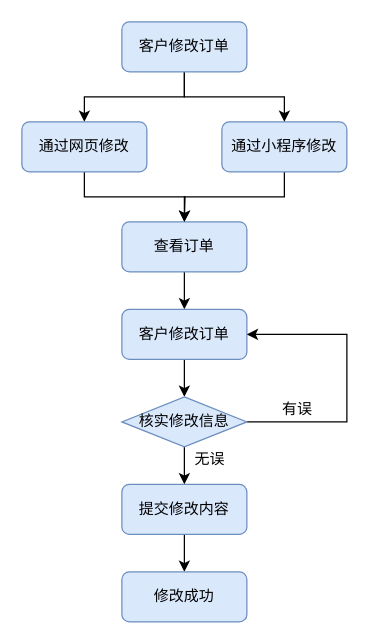
AndSonder/smart-hotel-database keeps this draw.io diagram as docs/src/客户修改订单.drawio. Above is the earlier version. Source tidied: cells renumbered, new cells numbered last; positions are measured from the earlier drawing's top-left corner, leaving out a move shared by most shapes. Both pictures are drawn from the tidied source at 125%, with x=0, y=0 at pixel (21, 21).
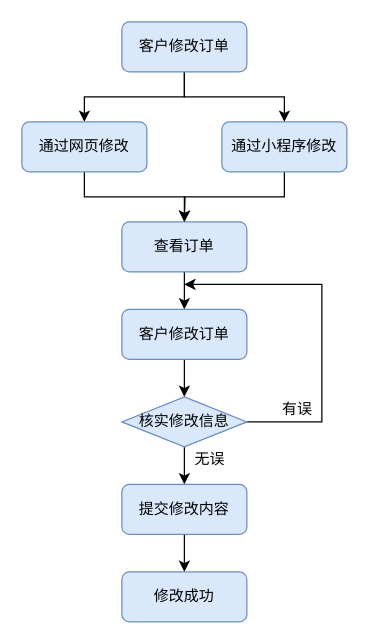
Above is the later version.

The change refers to these unchanged cells:
```xml
<mxCell id="7" value="客户修改订单" style="rounded=1;whiteSpace=wrap;html=1;fontSize=12;glass=0;strokeWidth=1;shadow=0;fillColor=#dae8fc;strokeColor=#6c8ebf;" parent="1" vertex="1">
  <mxGeometry x="80" y="230" width="100" height="40" as="geometry" />
</mxCell>
<mxCell id="15" value="核实修改信息" style="rhombus;whiteSpace=wrap;html=1;fillColor=#dae8fc;strokeColor=#6c8ebf;" parent="1" vertex="1">
  <mxGeometry x="80" y="300" width="100" height="40" as="geometry" />
</mxCell>
```

Diff of the diagram source:
```diff
@@
-    <mxCell id="14" style="edgeStyle=orthogonalEdgeStyle;rounded=0;jettySize=auto;html=1;exitX=1;exitY=0.5;exitDx=0;exitDy=0;entryX=1;entryY=0.5;entryDx=0;entryDy=0;" parent="1" edge="1" source="15" target="7">
-      <mxGeometry relative="1" as="geometry">
-        <Array as="points">
-          <mxPoint x="260" y="320" />
-          <mxPoint x="260" y="250" />
-        </Array>
-      </mxGeometry>
-    </mxCell>
+    <mxCell id="21" style="edgeStyle=elbowEdgeStyle;rounded=0;jettySize=auto;html=1;exitX=1;exitY=0.5;exitDx=0;exitDy=0;entryX=1;entryY=0.5;entryDx=0;entryDy=0;shadow=0;strokeWidth=1;" parent="1" edge="1" source="15">
+      <mxGeometry relative="1" as="geometry">
+        <mxPoint x="130" y="210" as="targetPoint" />
+        <Array as="points">
+          <mxPoint x="240" y="280" />
+        </Array>
+      </mxGeometry>
+    </mxCell>
```
